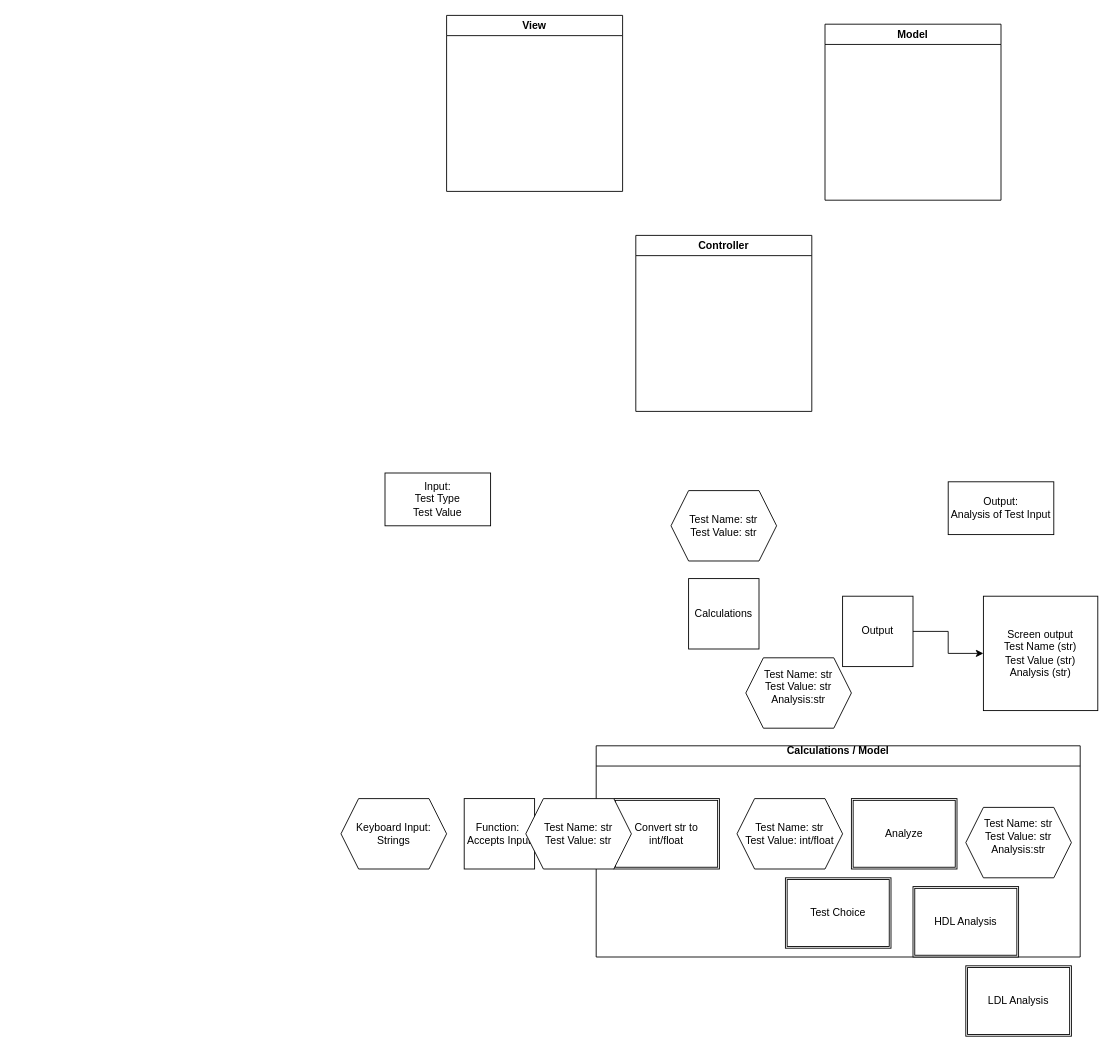
BME547-Fall2026/bme-547-classwork-dward2 keeps this draw.io diagram as software_design.drawio. Above is the earlier version. Source tidied: cells renumbered, new cells numbered last; positions are measured from the earlier drawing's top-left corner, leaving out a move shared by most shapes. Both pictures are drawn from the tidied source at 88%, with x=0, y=0 at pixel (341, 15).
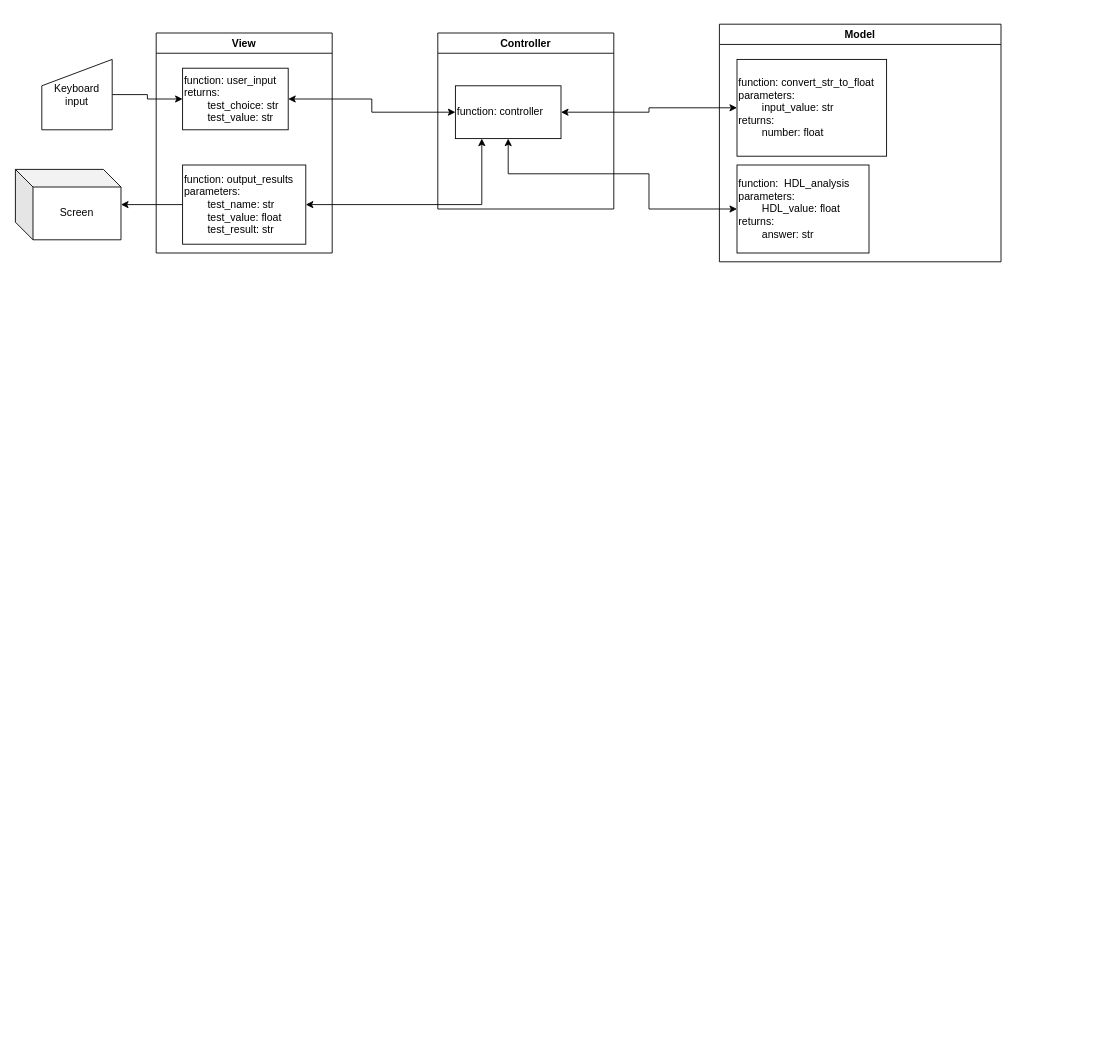
The same diagram, later.

Commit message (it also covers changes not shown here):
Improved readability and decluttered software design, focusing on HDL work

Diff of the diagram source:
```diff
@@
     <mxCell id="2" value="Model" style="swimlane;" parent="1" vertex="1">
-      <mxGeometry x="550" y="10" width="200" height="200" as="geometry" />
+      <mxGeometry x="430" y="10" width="320" height="270" as="geometry" />
     </mxCell>
+    <mxCell id="24" value="function: convert_str_to_float&lt;div&gt;parameters:&lt;/div&gt;&lt;div&gt;&lt;span style=&quot;white-space: pre;&quot;&gt;&#9;&lt;/span&gt;input_value: str&lt;br&gt;&lt;/div&gt;&lt;div&gt;returns:&lt;/div&gt;&lt;div&gt;&lt;span style=&quot;white-space: pre;&quot;&gt;&#9;&lt;/span&gt;number: float&lt;br&gt;&lt;/div&gt;" style="rounded=0;whiteSpace=wrap;html=1;align=left;" parent="2" vertex="1">
+      <mxGeometry x="20" y="40" width="170" height="110" as="geometry" />
+    </mxCell>
+    <mxCell id="25" value="function:&amp;nbsp; HDL_analysis&lt;div&gt;parameters:&lt;/div&gt;&lt;div&gt;&lt;span style=&quot;white-space: pre;&quot;&gt;&#9;&lt;/span&gt;HDL_value: float&lt;br&gt;&lt;/div&gt;&lt;div&gt;returns:&lt;/div&gt;&lt;div&gt;&lt;span style=&quot;white-space: pre;&quot;&gt;&#9;&lt;/span&gt;answer: str&lt;br&gt;&lt;/div&gt;" style="rounded=0;whiteSpace=wrap;html=1;align=left;" parent="2" vertex="1">
+      <mxGeometry x="20" y="160" width="150" height="100" as="geometry" />
+    </mxCell>
     <mxCell id="3" value="View" style="swimlane;" parent="1" vertex="1">
-      <mxGeometry x="120" width="200" height="200" as="geometry" />
+      <mxGeometry x="-210" y="20" width="200" height="250" as="geometry" />
     </mxCell>
+    <mxCell id="26" value="function: user_input&lt;div&gt;returns:&lt;/div&gt;&lt;div&gt;&lt;span style=&quot;white-space: pre;&quot;&gt;&#9;&lt;/span&gt;test_choice: str&lt;br&gt;&lt;/div&gt;&lt;div&gt;&lt;span style=&quot;white-space: pre;&quot;&gt;&#9;&lt;/span&gt;test_value: str&lt;br&gt;&lt;/div&gt;" style="rounded=0;whiteSpace=wrap;html=1;align=left;" parent="3" vertex="1">
+      <mxGeometry x="30" y="40" width="120" height="70" as="geometry" />
+    </mxCell>
+    <mxCell id="27" value="function: output_results&lt;div&gt;parameters:&lt;/div&gt;&lt;div&gt;&lt;span style=&quot;white-space: pre;&quot;&gt;&#9;&lt;/span&gt;test_name: str&lt;br&gt;&lt;/div&gt;&lt;div&gt;&lt;span style=&quot;white-space: pre;&quot;&gt;&#9;&lt;/span&gt;test_value: float&lt;br&gt;&lt;/div&gt;&lt;div&gt;&lt;span style=&quot;white-space: pre;&quot;&gt;&#9;&lt;/span&gt;test_result: str&lt;br&gt;&lt;/div&gt;" style="rounded=0;whiteSpace=wrap;html=1;align=left;" parent="3" vertex="1">
+      <mxGeometry x="30" y="150" width="140" height="90" as="geometry" />
+    </mxCell>
     <mxCell id="4" value="Controller" style="swimlane;" parent="1" vertex="1">
-      <mxGeometry x="335" y="250" width="200" height="200" as="geometry" />
+      <mxGeometry x="110" y="20" width="200" height="200" as="geometry" />
     </mxCell>
-    <mxCell id="5" value="Input:&lt;div&gt;Test Type&lt;/div&gt;&lt;div&gt;Test Value&lt;/div&gt;" style="rounded=0;whiteSpace=wrap;html=1;" parent="1" vertex="1">
-      <mxGeometry x="50" y="520" width="120" height="60" as="geometry" />
-    </mxCell>
-    <mxCell id="6" value="Output:&lt;div&gt;Analysis of Test Input&lt;/div&gt;" style="rounded=0;whiteSpace=wrap;html=1;" parent="1" vertex="1">
-      <mxGeometry x="690" y="530" width="120" height="60" as="geometry" />
-    </mxCell>
-    <mxCell id="7" value="Function:&amp;nbsp;&lt;div&gt;Accepts Input&lt;/div&gt;" style="whiteSpace=wrap;html=1;" parent="1" vertex="1">
-      <mxGeometry x="140" y="890" width="80" height="80" as="geometry" />
-    </mxCell>
-    <mxCell id="8" value="Calculations" style="whiteSpace=wrap;html=1;" parent="1" vertex="1">
-      <mxGeometry x="395" y="640" width="80" height="80" as="geometry" />
-    </mxCell>
-    <mxCell id="9" style="edgeStyle=orthogonalEdgeStyle;rounded=0;jettySize=auto;html=1;" parent="1" edge="1" source="10" target="13">
-      <mxGeometry relative="1" as="geometry" />
-    </mxCell>
-    <mxCell id="10" value="Output" style="whiteSpace=wrap;html=1;" parent="1" vertex="1">
-      <mxGeometry x="570" y="660" width="80" height="80" as="geometry" />
-    </mxCell>
-    <mxCell id="11" value="Keyboard Input:&lt;br&gt;Strings" style="shape=hexagon;perimeter=hexagonPerimeter2;whiteSpace=wrap;html=1;shapeInside=1;fixedSize=1;" parent="1" vertex="1">
-      <mxGeometry y="890" width="120" height="80" as="geometry" />
-    </mxCell>
-    <mxCell id="12" value="Test Name: str&lt;br&gt;Test Value: str" style="shape=hexagon;perimeter=hexagonPerimeter2;whiteSpace=wrap;html=1;shapeInside=1;fixedSize=1;" parent="1" vertex="1">
-      <mxGeometry x="375" y="540" width="120" height="80" as="geometry" />
-    </mxCell>
-    <mxCell id="13" value="Screen output&lt;br&gt;Test Name (str)&lt;div&gt;Test Value (str)&lt;/div&gt;&lt;div&gt;Analysis (str)&lt;/div&gt;" style="whiteSpace=wrap;html=1;" parent="1" vertex="1">
-      <mxGeometry x="730" y="660" width="130" height="130" as="geometry" />
-    </mxCell>
-    <mxCell id="14" value="Test Name: str&lt;br&gt;Test Value: str&lt;br&gt;Analysis:str&lt;div&gt;&lt;br/&gt;&lt;/div&gt;" style="shape=hexagon;perimeter=hexagonPerimeter2;whiteSpace=wrap;html=1;shapeInside=1;fixedSize=1;" parent="1" vertex="1">
-      <mxGeometry x="460" y="730" width="120" height="80" as="geometry" />
-    </mxCell>
-    <mxCell id="15" value="Calculations / Model&#10;" style="swimlane;" parent="1" vertex="1">
-      <mxGeometry x="290" y="830" width="550" height="240" as="geometry" />
-    </mxCell>
-    <mxCell id="16" value="Convert str to int/float" style="shape=ext;double=1;rounded=0;whiteSpace=wrap;html=1;" parent="15" vertex="1">
-      <mxGeometry x="20" y="60" width="120" height="80" as="geometry" />
-    </mxCell>
-    <mxCell id="17" value="Test Name: str&lt;br&gt;Test Value: int/float" style="shape=hexagon;perimeter=hexagonPerimeter2;whiteSpace=wrap;html=1;shapeInside=1;fixedSize=1;" parent="15" vertex="1">
-      <mxGeometry x="160" y="60" width="120" height="80" as="geometry" />
-    </mxCell>
-    <mxCell id="18" value="Analyze" style="shape=ext;double=1;rounded=0;whiteSpace=wrap;html=1;" parent="15" vertex="1">
-      <mxGeometry x="290" y="60" width="120" height="80" as="geometry" />
-    </mxCell>
-    <mxCell id="19" value="HDL Analysis" style="shape=ext;double=1;rounded=0;whiteSpace=wrap;html=1;" parent="15" vertex="1">
-      <mxGeometry x="360" y="160" width="120" height="80" as="geometry" />
-    </mxCell>
-    <mxCell id="20" value="Test Name: str&lt;br&gt;Test Value: str" style="shape=hexagon;perimeter=hexagonPerimeter2;whiteSpace=wrap;html=1;shapeInside=1;fixedSize=1;" parent="15" vertex="1">
-      <mxGeometry x="-80" y="60" width="120" height="80" as="geometry" />
-    </mxCell>
-    <mxCell id="21" value="Test Name: str&lt;br&gt;Test Value: str&lt;br&gt;Analysis:str&lt;div&gt;&lt;br/&gt;&lt;/div&gt;" style="shape=hexagon;perimeter=hexagonPerimeter2;whiteSpace=wrap;html=1;shapeInside=1;fixedSize=1;" parent="1" vertex="1">
-      <mxGeometry x="710" y="900" width="120" height="80" as="geometry" />
-    </mxCell>
-    <mxCell id="22" value="Test Choice" style="shape=ext;double=1;rounded=0;whiteSpace=wrap;html=1;" parent="1" vertex="1">
-      <mxGeometry x="505" y="980" width="120" height="80" as="geometry" />
-    </mxCell>
-    <mxCell id="23" value="LDL Analysis" style="shape=ext;double=1;rounded=0;whiteSpace=wrap;html=1;" parent="1" vertex="1">
-      <mxGeometry x="710" y="1080" width="120" height="80" as="geometry" />
-    </mxCell>
+    <mxCell id="28" value="function: controller" style="rounded=0;whiteSpace=wrap;html=1;align=left;" parent="4" vertex="1">
+      <mxGeometry x="20" y="60" width="120" height="60" as="geometry" />
+    </mxCell>
+    <mxCell id="29" style="edgeStyle=orthogonalEdgeStyle;rounded=0;jettySize=auto;html=1;" parent="1" edge="1" source="30" target="26">
+      <mxGeometry relative="1" as="geometry" />
+    </mxCell>
+    <mxCell id="30" value="Keyboard&lt;div&gt;input&lt;/div&gt;" style="shape=manualInput;boundedLbl=1;whiteSpace=wrap;html=1;" parent="1" vertex="1">
+      <mxGeometry x="-340" y="50" width="80" height="80" as="geometry" />
+    </mxCell>
+    <mxCell id="31" style="edgeStyle=orthogonalEdgeStyle;rounded=0;jettySize=auto;html=1;entryX=0;entryY=0.5;entryDx=0;entryDy=0;startArrow=classic;startFill=1;" parent="1" edge="1" source="26" target="28">
+      <mxGeometry relative="1" as="geometry" />
+    </mxCell>
+    <mxCell id="32" style="edgeStyle=orthogonalEdgeStyle;rounded=0;jettySize=auto;html=1;startArrow=classic;startFill=1;" parent="1" edge="1" source="28" target="24">
+      <mxGeometry relative="1" as="geometry" />
+    </mxCell>
+    <mxCell id="33" style="edgeStyle=orthogonalEdgeStyle;rounded=0;jettySize=auto;html=1;entryX=0;entryY=0.5;entryDx=0;entryDy=0;startArrow=classic;startFill=1;" parent="1" edge="1" source="28" target="25">
+      <mxGeometry relative="1" as="geometry">
+        <Array as="points">
+          <mxPoint x="190" y="180" />
+          <mxPoint x="350" y="180" />
+          <mxPoint x="350" y="220" />
+        </Array>
+      </mxGeometry>
+    </mxCell>
+    <mxCell id="34" style="edgeStyle=orthogonalEdgeStyle;rounded=0;jettySize=auto;html=1;exitX=0.25;exitY=1;exitDx=0;exitDy=0;entryX=1;entryY=0.5;entryDx=0;entryDy=0;startArrow=classic;startFill=1;" parent="1" edge="1" source="28" target="27">
+      <mxGeometry relative="1" as="geometry" />
+    </mxCell>
+    <mxCell id="35" value="Screen" style="shape=cube;whiteSpace=wrap;html=1;boundedLbl=1;backgroundOutline=1;darkOpacity=0.05;darkOpacity2=0.1;" parent="1" vertex="1">
+      <mxGeometry x="-370" y="175" width="120" height="80" as="geometry" />
+    </mxCell>
+    <mxCell id="36" style="edgeStyle=orthogonalEdgeStyle;rounded=0;jettySize=auto;html=1;" parent="1" edge="1" source="27" target="35">
+      <mxGeometry relative="1" as="geometry" />
+    </mxCell>
```
